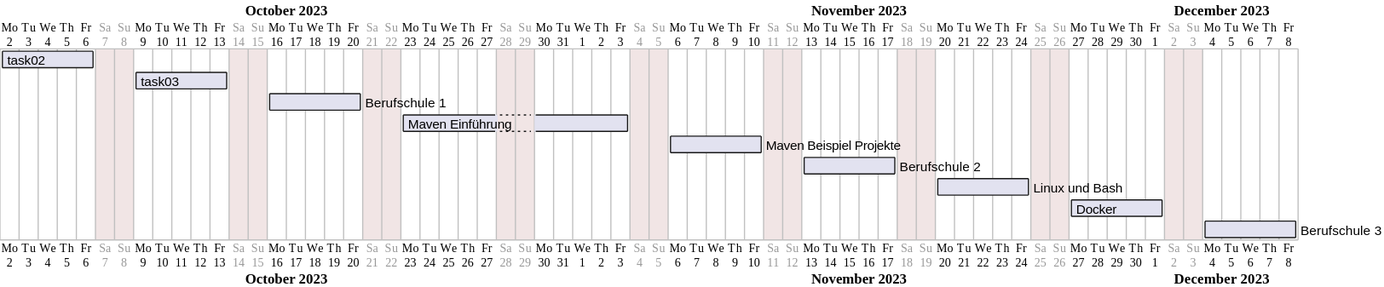
Earlier version of the PlantUML export out/Verbis/benedikt/benedikt.svg (Martin1088/Plantuml-With-Screenreader). Source of this version:
```plantuml
@startgantt
saturday are closed
sunday are closed

Project starts the 2th of october 2023
[task02] lasts 5 days
[task03] lasts 5 days
[task03] starts D+7
[Berufschule 1] lasts 5 days
[Berufschule 1] starts D+14
[Maven Einführung] lasts 10 days
[Maven Einführung] starts D+21
[Maven Beispiel Projekte] lasts 5 days
[Maven Beispiel Projekte] starts D+35
[Berufschule 2] lasts 5 days
[Berufschule 2] starts D+42
[Linux und Bash] lasts 5 days
[Linux und Bash] starts D+49
[Docker] lasts 5 days
[Docker] starts D+56
[Berufschule 3] lasts 5 days
[Berufschule 3] starts D+63

@endgantt
```
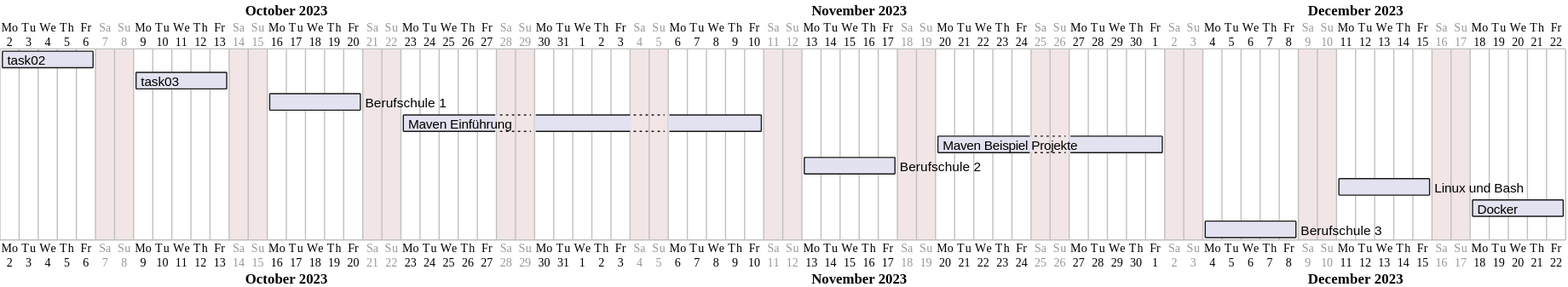
After the commit.

Diff of the diagram source:
```diff
@@ -8,16 +8,16 @@
 [task03] starts D+7
 [Berufschule 1] lasts 5 days
 [Berufschule 1] starts D+14
-[Maven Einführung] lasts 10 days
+[Maven Einführung] lasts 15 days
 [Maven Einführung] starts D+21
-[Maven Beispiel Projekte] lasts 5 days
-[Maven Beispiel Projekte] starts D+35
+[Maven Beispiel Projekte] lasts 10 days
+[Maven Beispiel Projekte] starts D+49
 [Berufschule 2] lasts 5 days
 [Berufschule 2] starts D+42
 [Linux und Bash] lasts 5 days
-[Linux und Bash] starts D+49
+[Linux und Bash] starts D+70
 [Docker] lasts 5 days
-[Docker] starts D+56
+[Docker] starts D+77
 [Berufschule 3] lasts 5 days
 [Berufschule 3] starts D+63
 
```
